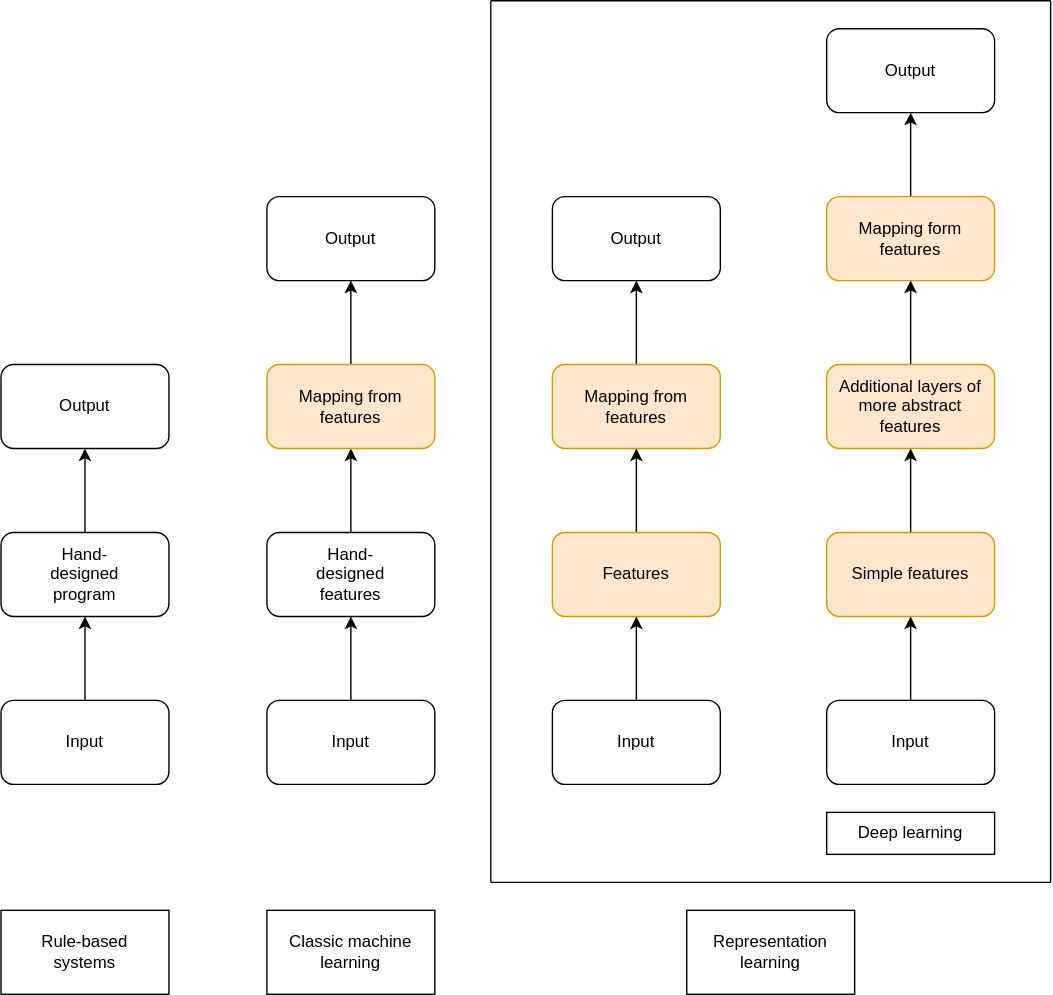
The draw.io diagram plots/ai-flowchart.svg in GeroKauerauf/seminar, before a commit. Source tidied: cells renumbered, new cells last; positions are measured from the earlier drawing's top-left corner, leaving out a move shared by most shapes.
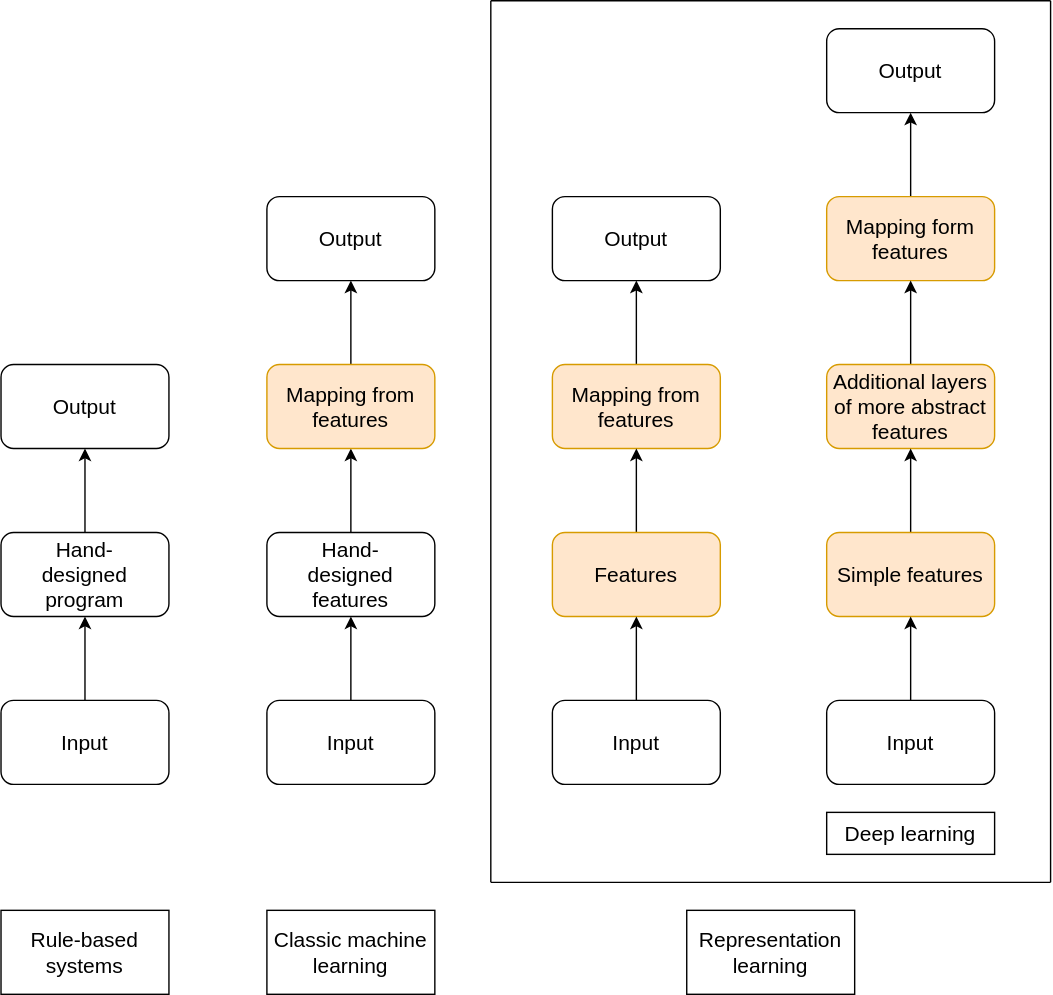
After the commit.

Commit message:
Increased font size in ai-flowchart.(pdf/svg)

Better readability. 11pt was just too small, now the text is 15pt.

The edit, as a diff of the source:
```diff
@@ -2,124 +2,124 @@
   <root>
     <mxCell id="0" />
     <mxCell id="1" parent="0" />
-    <mxCell id="2" style="edgeStyle=orthogonalEdgeStyle;rounded=0;jettySize=auto;html=1;exitX=0.5;exitY=0;exitDx=0;exitDy=0;entryX=0.5;entryY=1;entryDx=0;entryDy=0;" parent="1" edge="1" source="3" target="6">
-      <mxGeometry relative="1" as="geometry" />
-    </mxCell>
+    <mxCell id="38" style="edgeStyle=orthogonalEdgeStyle;rounded=0;jettySize=auto;html=1;exitX=0.5;exitY=0;exitDx=0;exitDy=0;entryX=0.5;entryY=1;entryDx=0;entryDy=0;" parent="1" edge="1" source="3" target="41">
+      <mxGeometry relative="1" as="geometry" />
+    </mxCell>
-    <mxCell id="3" value="Hand-&lt;br&gt;designed&lt;br&gt;program" style="rounded=1;whiteSpace=wrap;html=1;" parent="1" vertex="1">
+    <mxCell id="3" value="&lt;font style=&quot;font-size: 15px&quot;&gt;Hand-&lt;br&gt;designed&lt;br&gt;program&lt;/font&gt;" style="rounded=1;whiteSpace=wrap;html=1;" parent="1" vertex="1">
       <mxGeometry y="380" width="120" height="60" as="geometry" />
     </mxCell>
-    <mxCell id="4" style="edgeStyle=orthogonalEdgeStyle;rounded=0;jettySize=auto;html=1;exitX=0.5;exitY=0;exitDx=0;exitDy=0;entryX=0.5;entryY=1;entryDx=0;entryDy=0;" parent="1" edge="1" source="5" target="3">
-      <mxGeometry relative="1" as="geometry" />
-    </mxCell>
-    <mxCell id="5" value="Input" style="rounded=1;whiteSpace=wrap;html=1;" parent="1" vertex="1">
-      <mxGeometry y="500" width="120" height="60" as="geometry" />
-    </mxCell>
-    <mxCell id="6" value="Output" style="rounded=1;whiteSpace=wrap;html=1;" parent="1" vertex="1">
-      <mxGeometry y="260" width="120" height="60" as="geometry" />
-    </mxCell>
-    <mxCell id="7" value="Output" style="rounded=1;whiteSpace=wrap;html=1;" parent="1" vertex="1">
-      <mxGeometry x="190" y="140" width="120" height="60" as="geometry" />
-    </mxCell>
-    <mxCell id="8" style="edgeStyle=orthogonalEdgeStyle;rounded=0;jettySize=auto;html=1;exitX=0.5;exitY=0;exitDx=0;exitDy=0;entryX=0.5;entryY=1;entryDx=0;entryDy=0;" parent="1" edge="1" source="9" target="11">
-      <mxGeometry relative="1" as="geometry" />
-    </mxCell>
+    <mxCell id="39" style="edgeStyle=orthogonalEdgeStyle;rounded=0;jettySize=auto;html=1;exitX=0.5;exitY=0;exitDx=0;exitDy=0;entryX=0.5;entryY=1;entryDx=0;entryDy=0;" parent="1" edge="1" source="40" target="3">
+      <mxGeometry relative="1" as="geometry" />
+    </mxCell>
+    <mxCell id="40" value="&lt;font style=&quot;font-size: 15px&quot;&gt;Input&lt;/font&gt;" style="rounded=1;whiteSpace=wrap;html=1;" parent="1" vertex="1">
+      <mxGeometry y="500" width="120" height="60" as="geometry" />
+    </mxCell>
+    <mxCell id="41" value="&lt;font style=&quot;font-size: 15px&quot;&gt;Output&lt;/font&gt;" style="rounded=1;whiteSpace=wrap;html=1;" parent="1" vertex="1">
+      <mxGeometry y="260" width="120" height="60" as="geometry" />
+    </mxCell>
+    <mxCell id="42" value="&lt;font style=&quot;font-size: 15px&quot;&gt;Output&lt;/font&gt;" style="rounded=1;whiteSpace=wrap;html=1;" parent="1" vertex="1">
+      <mxGeometry x="190" y="140" width="120" height="60" as="geometry" />
+    </mxCell>
+    <mxCell id="43" style="edgeStyle=orthogonalEdgeStyle;rounded=0;jettySize=auto;html=1;exitX=0.5;exitY=0;exitDx=0;exitDy=0;entryX=0.5;entryY=1;entryDx=0;entryDy=0;" parent="1" edge="1" source="9" target="45">
+      <mxGeometry relative="1" as="geometry" />
+    </mxCell>
-    <mxCell id="9" value="Hand-&lt;br&gt;designed&lt;br&gt;features" style="rounded=1;whiteSpace=wrap;html=1;" parent="1" vertex="1">
+    <mxCell id="9" value="&lt;font style=&quot;font-size: 15px&quot;&gt;Hand-&lt;br&gt;designed&lt;br&gt;features&lt;/font&gt;" style="rounded=1;whiteSpace=wrap;html=1;" parent="1" vertex="1">
       <mxGeometry x="190" y="380" width="120" height="60" as="geometry" />
     </mxCell>
-    <mxCell id="10" style="edgeStyle=orthogonalEdgeStyle;rounded=0;jettySize=auto;html=1;exitX=0.5;exitY=0;exitDx=0;exitDy=0;entryX=0.5;entryY=1;entryDx=0;entryDy=0;" parent="1" edge="1" source="11" target="7">
-      <mxGeometry relative="1" as="geometry" />
-    </mxCell>
-    <mxCell id="11" value="Mapping from&lt;br&gt;features" style="rounded=1;whiteSpace=wrap;html=1;fillColor=#ffe6cc;strokeColor=#d79b00;" parent="1" vertex="1">
-      <mxGeometry x="190" y="260" width="120" height="60" as="geometry" />
-    </mxCell>
-    <mxCell id="12" style="edgeStyle=orthogonalEdgeStyle;rounded=0;jettySize=auto;html=1;exitX=0.5;exitY=0;exitDx=0;exitDy=0;entryX=0.5;entryY=1;entryDx=0;entryDy=0;" parent="1" edge="1" source="13" target="9">
-      <mxGeometry relative="1" as="geometry" />
-    </mxCell>
-    <mxCell id="13" value="Input" style="rounded=1;whiteSpace=wrap;html=1;" parent="1" vertex="1">
-      <mxGeometry x="190" y="500" width="120" height="60" as="geometry" />
-    </mxCell>
-    <mxCell id="14" value="Output" style="rounded=1;whiteSpace=wrap;html=1;" parent="1" vertex="1">
-      <mxGeometry x="394" y="140" width="120" height="60" as="geometry" />
-    </mxCell>
-    <mxCell id="15" style="edgeStyle=orthogonalEdgeStyle;rounded=0;jettySize=auto;html=1;exitX=0.5;exitY=0;exitDx=0;exitDy=0;entryX=0.5;entryY=1;entryDx=0;entryDy=0;" parent="1" edge="1" source="16" target="29">
-      <mxGeometry relative="1" as="geometry" />
-    </mxCell>
+    <mxCell id="44" style="edgeStyle=orthogonalEdgeStyle;rounded=0;jettySize=auto;html=1;exitX=0.5;exitY=0;exitDx=0;exitDy=0;entryX=0.5;entryY=1;entryDx=0;entryDy=0;" parent="1" edge="1" source="45" target="42">
+      <mxGeometry relative="1" as="geometry" />
+    </mxCell>
+    <mxCell id="45" value="&lt;font style=&quot;font-size: 15px&quot;&gt;Mapping from&lt;br&gt;features&lt;/font&gt;" style="rounded=1;whiteSpace=wrap;html=1;fillColor=#ffe6cc;strokeColor=#d79b00;" parent="1" vertex="1">
+      <mxGeometry x="190" y="260" width="120" height="60" as="geometry" />
+    </mxCell>
+    <mxCell id="46" style="edgeStyle=orthogonalEdgeStyle;rounded=0;jettySize=auto;html=1;exitX=0.5;exitY=0;exitDx=0;exitDy=0;entryX=0.5;entryY=1;entryDx=0;entryDy=0;" parent="1" edge="1" source="47" target="9">
+      <mxGeometry relative="1" as="geometry" />
+    </mxCell>
+    <mxCell id="47" value="&lt;font style=&quot;font-size: 15px&quot;&gt;Input&lt;/font&gt;" style="rounded=1;whiteSpace=wrap;html=1;" parent="1" vertex="1">
+      <mxGeometry x="190" y="500" width="120" height="60" as="geometry" />
+    </mxCell>
+    <mxCell id="48" value="&lt;font style=&quot;font-size: 15px&quot;&gt;Output&lt;/font&gt;" style="rounded=1;whiteSpace=wrap;html=1;" parent="1" vertex="1">
+      <mxGeometry x="394" y="140" width="120" height="60" as="geometry" />
+    </mxCell>
+    <mxCell id="49" style="edgeStyle=orthogonalEdgeStyle;rounded=0;jettySize=auto;html=1;exitX=0.5;exitY=0;exitDx=0;exitDy=0;entryX=0.5;entryY=1;entryDx=0;entryDy=0;" parent="1" edge="1" source="16" target="57">
+      <mxGeometry relative="1" as="geometry" />
+    </mxCell>
-    <mxCell id="16" value="Mapping form features" style="rounded=1;whiteSpace=wrap;html=1;fillColor=#ffe6cc;strokeColor=#d79b00;" parent="1" vertex="1">
+    <mxCell id="16" value="&lt;font style=&quot;font-size: 15px&quot;&gt;Mapping form features&lt;/font&gt;" style="rounded=1;whiteSpace=wrap;html=1;fillColor=#ffe6cc;strokeColor=#d79b00;" parent="1" vertex="1">
       <mxGeometry x="590" y="140" width="120" height="60" as="geometry" />
     </mxCell>
-    <mxCell id="17" style="edgeStyle=orthogonalEdgeStyle;rounded=0;jettySize=auto;html=1;exitX=0.5;exitY=0;exitDx=0;exitDy=0;entryX=0.5;entryY=1;entryDx=0;entryDy=0;" parent="1" edge="1" source="18" target="14">
-      <mxGeometry relative="1" as="geometry" />
-    </mxCell>
-    <mxCell id="18" value="Mapping from&lt;br&gt;features" style="rounded=1;whiteSpace=wrap;html=1;fillColor=#ffe6cc;strokeColor=#d79b00;" parent="1" vertex="1">
-      <mxGeometry x="394" y="260" width="120" height="60" as="geometry" />
-    </mxCell>
+    <mxCell id="50" style="edgeStyle=orthogonalEdgeStyle;rounded=0;jettySize=auto;html=1;exitX=0.5;exitY=0;exitDx=0;exitDy=0;entryX=0.5;entryY=1;entryDx=0;entryDy=0;" parent="1" edge="1" source="51" target="48">
+      <mxGeometry relative="1" as="geometry" />
+    </mxCell>
+    <mxCell id="51" value="&lt;font style=&quot;font-size: 15px&quot;&gt;Mapping from&lt;br&gt;features&lt;/font&gt;" style="rounded=1;whiteSpace=wrap;html=1;fillColor=#ffe6cc;strokeColor=#d79b00;" parent="1" vertex="1">
+      <mxGeometry x="394" y="260" width="120" height="60" as="geometry" />
+    </mxCell>
     <mxCell id="19" style="edgeStyle=orthogonalEdgeStyle;rounded=0;jettySize=auto;html=1;exitX=0.5;exitY=0;exitDx=0;exitDy=0;entryX=0.5;entryY=1;entryDx=0;entryDy=0;" parent="1" edge="1" source="20" target="16">
       <mxGeometry relative="1" as="geometry" />
     </mxCell>
-    <mxCell id="20" value="Additional layers of more abstract features" style="rounded=1;whiteSpace=wrap;html=1;fillColor=#ffe6cc;strokeColor=#d79b00;" parent="1" vertex="1">
+    <mxCell id="20" value="&lt;font style=&quot;font-size: 15px&quot;&gt;Additional layers of more abstract features&lt;/font&gt;" style="rounded=1;whiteSpace=wrap;html=1;fillColor=#ffe6cc;strokeColor=#d79b00;" parent="1" vertex="1">
       <mxGeometry x="590" y="260" width="120" height="60" as="geometry" />
     </mxCell>
-    <mxCell id="21" style="edgeStyle=orthogonalEdgeStyle;rounded=0;jettySize=auto;html=1;exitX=0.5;exitY=0;exitDx=0;exitDy=0;entryX=0.5;entryY=1;entryDx=0;entryDy=0;" parent="1" edge="1" source="22" target="18">
-      <mxGeometry relative="1" as="geometry" />
-    </mxCell>
+    <mxCell id="52" style="edgeStyle=orthogonalEdgeStyle;rounded=0;jettySize=auto;html=1;exitX=0.5;exitY=0;exitDx=0;exitDy=0;entryX=0.5;entryY=1;entryDx=0;entryDy=0;" parent="1" edge="1" source="22" target="51">
+      <mxGeometry relative="1" as="geometry" />
+    </mxCell>
-    <mxCell id="22" value="Features" style="rounded=1;whiteSpace=wrap;html=1;fillColor=#ffe6cc;strokeColor=#d79b00;" parent="1" vertex="1">
+    <mxCell id="22" value="&lt;font style=&quot;font-size: 15px&quot;&gt;Features&lt;/font&gt;" style="rounded=1;whiteSpace=wrap;html=1;fillColor=#ffe6cc;strokeColor=#d79b00;" parent="1" vertex="1">
       <mxGeometry x="394" y="380" width="120" height="60" as="geometry" />
     </mxCell>
-    <mxCell id="23" style="edgeStyle=orthogonalEdgeStyle;rounded=0;jettySize=auto;html=1;exitX=0.5;exitY=0;exitDx=0;exitDy=0;entryX=0.5;entryY=1;entryDx=0;entryDy=0;" parent="1" edge="1" source="24" target="22">
-      <mxGeometry relative="1" as="geometry" />
-    </mxCell>
-    <mxCell id="24" value="Input" style="rounded=1;whiteSpace=wrap;html=1;" parent="1" vertex="1">
-      <mxGeometry x="394" y="500" width="120" height="60" as="geometry" />
-    </mxCell>
+    <mxCell id="53" style="edgeStyle=orthogonalEdgeStyle;rounded=0;jettySize=auto;html=1;exitX=0.5;exitY=0;exitDx=0;exitDy=0;entryX=0.5;entryY=1;entryDx=0;entryDy=0;" parent="1" edge="1" source="54" target="22">
+      <mxGeometry relative="1" as="geometry" />
+    </mxCell>
+    <mxCell id="54" value="&lt;font style=&quot;font-size: 15px&quot;&gt;Input&lt;/font&gt;" style="rounded=1;whiteSpace=wrap;html=1;" parent="1" vertex="1">
+      <mxGeometry x="394" y="500" width="120" height="60" as="geometry" />
+    </mxCell>
     <mxCell id="25" style="edgeStyle=orthogonalEdgeStyle;rounded=0;jettySize=auto;html=1;exitX=0.5;exitY=0;exitDx=0;exitDy=0;entryX=0.5;entryY=1;entryDx=0;entryDy=0;" parent="1" edge="1" source="26" target="20">
       <mxGeometry relative="1" as="geometry" />
     </mxCell>
-    <mxCell id="26" value="Simple features" style="rounded=1;whiteSpace=wrap;html=1;fillColor=#ffe6cc;strokeColor=#d79b00;" parent="1" vertex="1">
+    <mxCell id="26" value="&lt;font style=&quot;font-size: 15px&quot;&gt;Simple features&lt;/font&gt;" style="rounded=1;whiteSpace=wrap;html=1;fillColor=#ffe6cc;strokeColor=#d79b00;" parent="1" vertex="1">
       <mxGeometry x="590" y="380" width="120" height="60" as="geometry" />
     </mxCell>
-    <mxCell id="27" style="edgeStyle=orthogonalEdgeStyle;rounded=0;jettySize=auto;html=1;exitX=0.5;exitY=0;exitDx=0;exitDy=0;entryX=0.5;entryY=1;entryDx=0;entryDy=0;" parent="1" edge="1" source="28" target="26">
-      <mxGeometry relative="1" as="geometry" />
-    </mxCell>
-    <mxCell id="28" value="Input" style="rounded=1;whiteSpace=wrap;html=1;" parent="1" vertex="1">
-      <mxGeometry x="590" y="500" width="120" height="60" as="geometry" />
-    </mxCell>
-    <mxCell id="29" value="Output" style="rounded=1;whiteSpace=wrap;html=1;" parent="1" vertex="1">
-      <mxGeometry x="590" y="20" width="120" height="60" as="geometry" />
-    </mxCell>
-    <mxCell id="30" style="endArrow=none;html=1;" parent="1" edge="1">
-      <mxGeometry relative="1" as="geometry">
-        <mxPoint x="350" y="630" as="sourcePoint" />
-        <mxPoint x="350" as="targetPoint" />
-      </mxGeometry>
-    </mxCell>
-    <mxCell id="31" style="endArrow=none;html=1;" parent="1" edge="1">
-      <mxGeometry relative="1" as="geometry">
-        <mxPoint x="350" as="sourcePoint" />
-        <mxPoint x="750" as="targetPoint" />
-      </mxGeometry>
-    </mxCell>
-    <mxCell id="32" style="endArrow=none;html=1;" parent="1" edge="1">
-      <mxGeometry relative="1" as="geometry">
-        <mxPoint x="750" y="630" as="sourcePoint" />
-        <mxPoint x="750" as="targetPoint" />
-      </mxGeometry>
-    </mxCell>
-    <mxCell id="33" style="endArrow=none;html=1;" parent="1" edge="1">
-      <mxGeometry relative="1" as="geometry">
-        <mxPoint x="350" y="630" as="sourcePoint" />
-        <mxPoint x="750" y="630" as="targetPoint" />
-      </mxGeometry>
-    </mxCell>
+    <mxCell id="55" style="edgeStyle=orthogonalEdgeStyle;rounded=0;jettySize=auto;html=1;exitX=0.5;exitY=0;exitDx=0;exitDy=0;entryX=0.5;entryY=1;entryDx=0;entryDy=0;" parent="1" edge="1" source="56" target="26">
+      <mxGeometry relative="1" as="geometry" />
+    </mxCell>
+    <mxCell id="56" value="&lt;font style=&quot;font-size: 15px&quot;&gt;Input&lt;/font&gt;" style="rounded=1;whiteSpace=wrap;html=1;" parent="1" vertex="1">
+      <mxGeometry x="590" y="500" width="120" height="60" as="geometry" />
+    </mxCell>
+    <mxCell id="57" value="&lt;font style=&quot;font-size: 15px&quot;&gt;Output&lt;/font&gt;" style="rounded=1;whiteSpace=wrap;html=1;" parent="1" vertex="1">
+      <mxGeometry x="590" y="20" width="120" height="60" as="geometry" />
+    </mxCell>
+    <mxCell id="58" style="endArrow=none;html=1;" parent="1" edge="1">
+      <mxGeometry relative="1" as="geometry">
+        <mxPoint x="350" y="630" as="sourcePoint" />
+        <mxPoint x="350" as="targetPoint" />
+      </mxGeometry>
+    </mxCell>
+    <mxCell id="59" style="endArrow=none;html=1;" parent="1" edge="1">
+      <mxGeometry relative="1" as="geometry">
+        <mxPoint x="350" as="sourcePoint" />
+        <mxPoint x="750" as="targetPoint" />
+      </mxGeometry>
+    </mxCell>
+    <mxCell id="60" style="endArrow=none;html=1;" parent="1" edge="1">
+      <mxGeometry relative="1" as="geometry">
+        <mxPoint x="750" y="630" as="sourcePoint" />
+        <mxPoint x="750" as="targetPoint" />
+      </mxGeometry>
+    </mxCell>
+    <mxCell id="61" style="endArrow=none;html=1;" parent="1" edge="1">
+      <mxGeometry relative="1" as="geometry">
+        <mxPoint x="350" y="630" as="sourcePoint" />
+        <mxPoint x="750" y="630" as="targetPoint" />
+      </mxGeometry>
+    </mxCell>
-    <mxCell id="34" value="Rule-based&lt;br&gt;systems" style="rounded=0;whiteSpace=wrap;html=1;" parent="1" vertex="1">
+    <mxCell id="34" value="&lt;font style=&quot;font-size: 15px&quot;&gt;Rule-based&lt;br&gt;systems&lt;/font&gt;" style="rounded=0;whiteSpace=wrap;html=1;" parent="1" vertex="1">
       <mxGeometry y="650" width="120" height="60" as="geometry" />
     </mxCell>
-    <mxCell id="35" value="Classic machine learning" style="rounded=0;whiteSpace=wrap;html=1;" parent="1" vertex="1">
+    <mxCell id="35" value="&lt;font style=&quot;font-size: 15px&quot;&gt;Classic machine learning&lt;/font&gt;" style="rounded=0;whiteSpace=wrap;html=1;" parent="1" vertex="1">
       <mxGeometry x="190" y="650" width="120" height="60" as="geometry" />
     </mxCell>
-    <mxCell id="36" value="Representation&lt;br&gt;learning" style="rounded=0;whiteSpace=wrap;html=1;" parent="1" vertex="1">
+    <mxCell id="36" value="&lt;font style=&quot;font-size: 15px&quot;&gt;Representation&lt;br&gt;learning&lt;/font&gt;" style="rounded=0;whiteSpace=wrap;html=1;" parent="1" vertex="1">
       <mxGeometry x="490" y="650" width="120" height="60" as="geometry" />
     </mxCell>
-    <mxCell id="37" value="Deep learning" style="rounded=0;whiteSpace=wrap;html=1;" parent="1" vertex="1">
+    <mxCell id="37" value="&lt;font style=&quot;font-size: 15px&quot;&gt;Deep learning&lt;/font&gt;" style="rounded=0;whiteSpace=wrap;html=1;" parent="1" vertex="1">
       <mxGeometry x="590" y="580" width="120" height="30" as="geometry" />
     </mxCell>
   </root>
```
